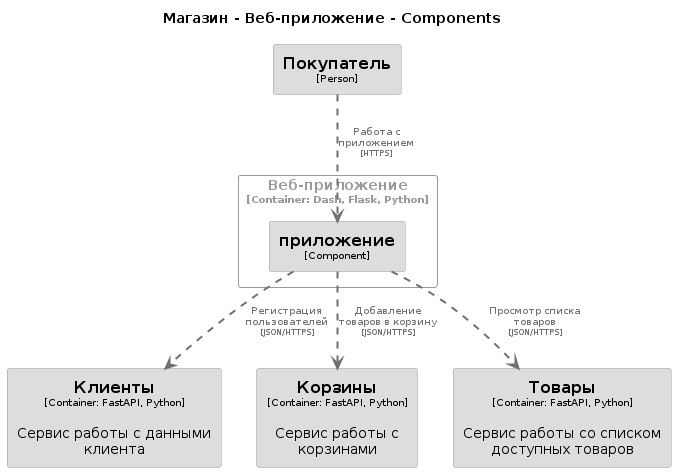
Before: lab1/export/App_component_diagram.png, a diagram exported from PlantUML (Megict/architecture_tasks).
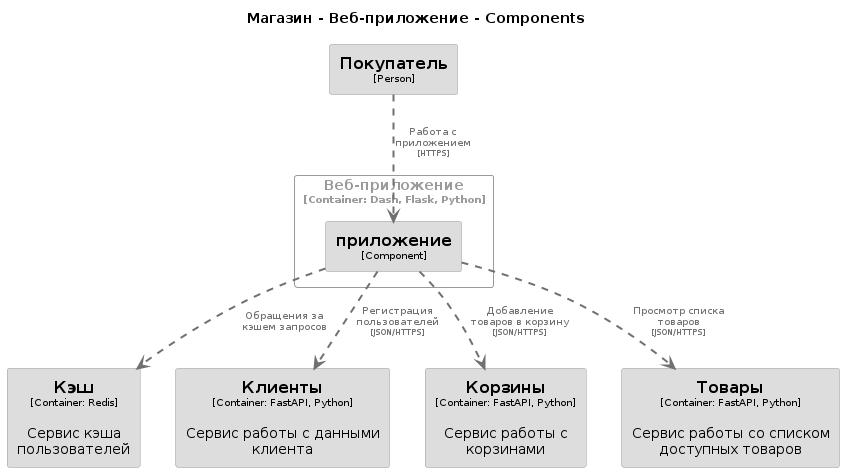
Later version of the same file.

Change to the diagram source:
```diff
@@ -20,6 +20,12 @@
   shadowing false
 }
 skinparam rectangle<<Магазин.Корзины>> {
+  BackgroundColor #dddddd
+  FontColor #000000
+  BorderColor #9a9a9a
+  shadowing false
+}
+skinparam rectangle<<Магазин.Кэш>> {
   BackgroundColor #dddddd
   FontColor #000000
   BorderColor #9a9a9a
@@ -50,6 +56,7 @@
 }
 
 rectangle "==Покупатель\n<size:10>[Person]</size>" <<Покупатель>> as Покупатель
+rectangle "==Кэш\n<size:10>[Container: Redis]</size>\n\nСервис кэша пользователей" <<Магазин.Кэш>> as Магазин.Кэш
 rectangle "==Клиенты\n<size:10>[Container: FastAPI, Python]</size>\n\nСервис работы с данными клиента" <<Магазин.Клиенты>> as Магазин.Клиенты
 rectangle "==Корзины\n<size:10>[Container: FastAPI, Python]</size>\n\nСервис работы с корзинами" <<Магазин.Корзины>> as Магазин.Корзины
 rectangle "==Товары\n<size:10>[Container: FastAPI, Python]</size>\n\nСервис работы со списком доступных товаров" <<Магазин.Товары>> as Магазин.Товары
@@ -59,6 +66,7 @@
 }
 
 Покупатель .[#707070,thickness=2].> Магазин.Вебприложение.приложение : "<color:#707070>Работа с приложением\n<color:#707070><size:8>[HTTPS]</size>"
+Магазин.Вебприложение.приложение .[#707070,thickness=2].> Магазин.Кэш : "<color:#707070>Обращения за кэшем запросов"
 Магазин.Вебприложение.приложение .[#707070,thickness=2].> Магазин.Клиенты : "<color:#707070>Регистрация пользователей\n<color:#707070><size:8>[JSON/HTTPS]</size>"
 Магазин.Вебприложение.приложение .[#707070,thickness=2].> Магазин.Товары : "<color:#707070>Просмотр списка товаров\n<color:#707070><size:8>[JSON/HTTPS]</size>"
 Магазин.Вебприложение.приложение .[#707070,thickness=2].> Магазин.Корзины : "<color:#707070>Добавление товаров в корзину\n<color:#707070><size:8>[JSON/HTTPS]</size>"
```
